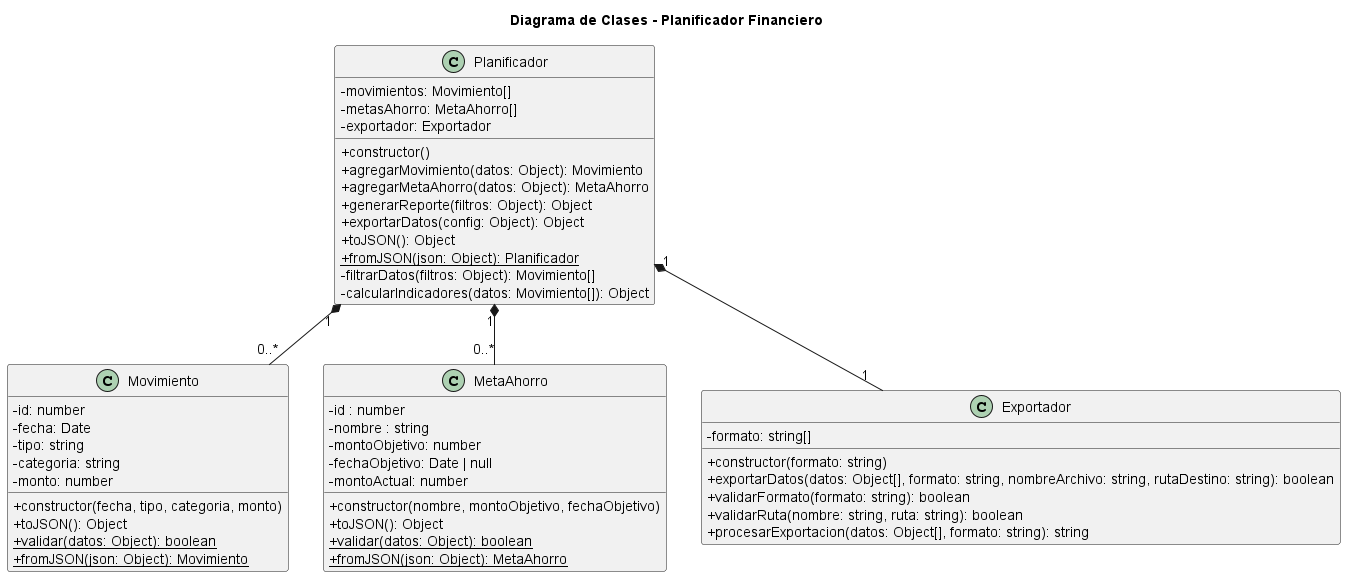
Above: docs/04-diagramas/02-diagrama-de-clases/DiagramaClasesPlanificadorFinanciero.png in fioremos/simulador-planificacion-financiera (PlantUML), before the change.
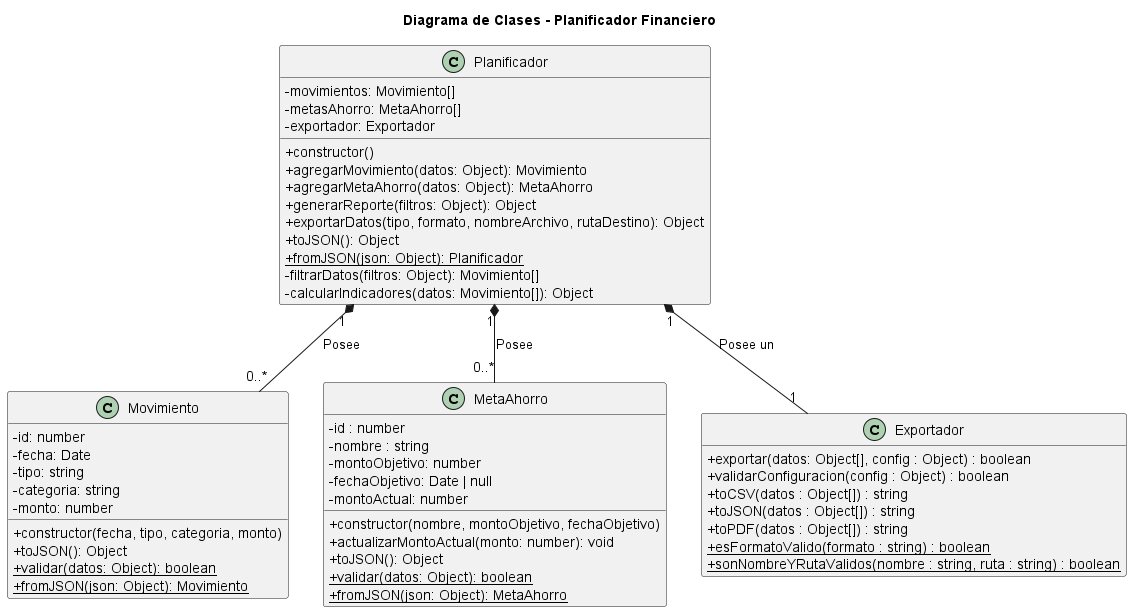
After the change.

Commit message:
Corrijo código de las clases y actualizo diagrama y documentación

The edit, as a diff of the source:
```diff
@@ -22,17 +22,19 @@
     - fechaObjetivo: Date | null
     - montoActual: number
     + constructor(nombre, montoObjetivo, fechaObjetivo)
+    + actualizarMontoActual(monto: number): void
     + toJSON(): Object
     + {static} validar(datos: Object): boolean
     + {static} fromJSON(json: Object): MetaAhorro
 }
 class Exportador {
-    - formato: string[]
-    + constructor(formato: string)
-    + exportarDatos(datos: Object[], formato: string, nombreArchivo: string, rutaDestino: string): boolean
-    + validarFormato(formato: string): boolean
-    + validarRuta(nombre: string, ruta: string): boolean
-    + procesarExportacion(datos: Object[], formato: string): string
+    + exportar(datos: Object[], config : Object) : boolean
+    + validarConfiguracion(config : Object) : boolean
+    + toCSV(datos : Object[]) : string
+    + toJSON(datos : Object[]) : string
+    + toPDF(datos : Object[]) : string
+    + {static} esFormatoValido(formato : string) : boolean
+    + {static} sonNombreYRutaValidos(nombre : string, ruta : string) : boolean
 }
 
 class Planificador{
@@ -43,17 +45,17 @@
     + agregarMovimiento(datos: Object): Movimiento
     + agregarMetaAhorro(datos: Object): MetaAhorro
     + generarReporte(filtros: Object): Object
-    + exportarDatos(config: Object): Object
+    + exportarDatos(tipo, formato, nombreArchivo, rutaDestino): Object
     + toJSON(): Object
     + {static} fromJSON(json: Object): Planificador
     - filtrarDatos(filtros: Object): Movimiento[]
     - calcularIndicadores(datos: Movimiento[]): Object
 }
 
-Planificador "1" *-- "0..*" Movimiento
+Planificador "1" *-- "0..*" Movimiento : Posee
 
-Planificador "1" *-- "0..*" MetaAhorro
+Planificador "1" *-- "0..*" MetaAhorro : Posee
 
-Planificador "1" *-- "1" Exportador
+Planificador "1" *-- "1" Exportador : Posee un
 
 @enduml
```
